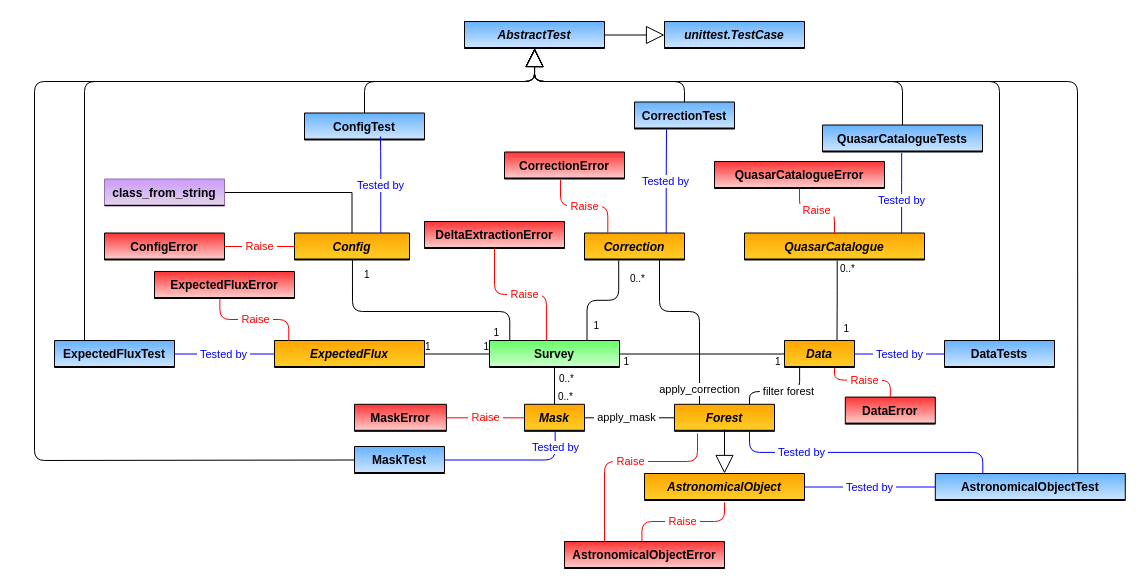
This is page "Simplified Main" (2 of 7) of docs/delta_extraction/data_model/data_model.drawio from igmhub/picca, a draw.io file, before an edit. Source tidied: cells renumbered, new cells numbered last; positions are measured from the earlier drawing's top-left corner, leaving out a move shared by most shapes. Both pictures are drawn from the tidied source at 100%, with x=0, y=0 at pixel (34, 21).
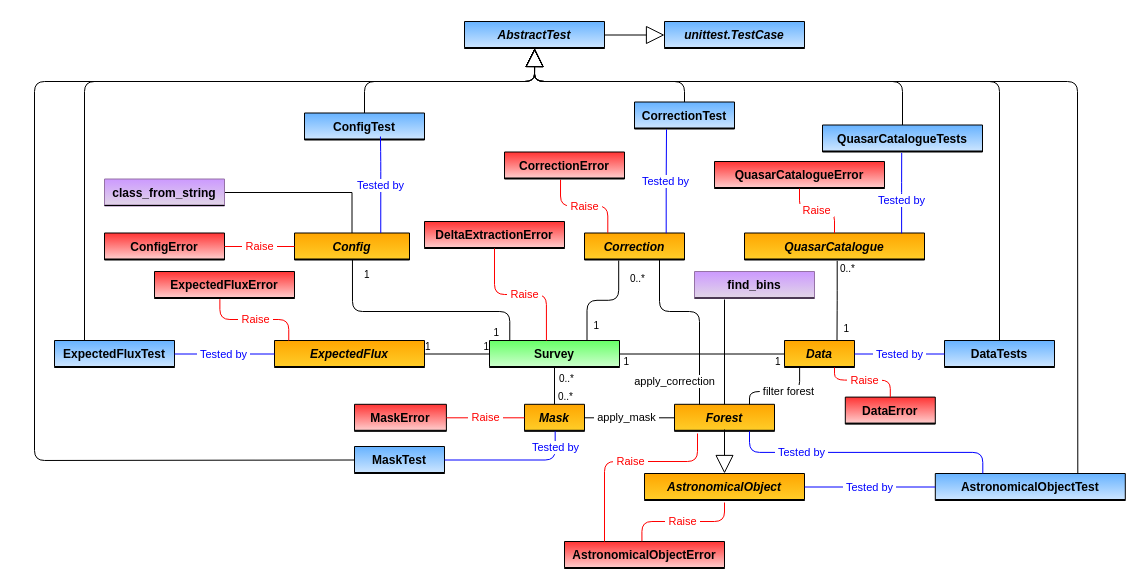
The same diagram, later.

Unchanged cells that the change refers to:
```xml
<mxCell id="10" value="Correction" style="swimlane;fontStyle=3;horizontal=1;startSize=26;fillColor=#ffcd28;swimlaneFillColor=#ffffff;rounded=0;shadow=0;glass=0;comic=0;strokeColor=#000000;gradientColor=#ffa500;swimlaneLine=1;gradientDirection=north;" parent="1" vertex="1">
  <mxGeometry x="550" y="211.5" width="100" height="27" as="geometry" />
</mxCell>
<mxCell id="14" value="Forest" style="swimlane;fontStyle=3;horizontal=1;startSize=26;fillColor=#ffcd28;swimlaneFillColor=#ffffff;rounded=0;shadow=0;glass=0;comic=0;strokeColor=#000000;gradientColor=#ffa500;swimlaneLine=1;gradientDirection=north;" parent="1" vertex="1">
  <mxGeometry x="640" y="382.8" width="100" height="27" as="geometry" />
</mxCell>
```

Change to the diagram source:
```diff
@@
     <mxCell id="35" value="&amp;nbsp;apply_correction&amp;nbsp;" style="endArrow=none;html=1;edgeStyle=orthogonalEdgeStyle;exitX=0.25;exitY=0;exitDx=0;exitDy=0;entryX=0.75;entryY=1;entryDx=0;entryDy=0;" parent="1" edge="1" source="14" target="10">
-      <mxGeometry x="-0.84" relative="1" as="geometry">
+      <mxGeometry x="-0.75" y="25" relative="1" as="geometry">
         <Array as="points">
           <mxPoint x="665" y="290" />
           <mxPoint x="625" y="290" />
         </Array>
       </mxGeometry>
     </mxCell>
@@
+    <mxCell id="124" style="edgeStyle=orthogonalEdgeStyle;rounded=0;jettySize=auto;html=1;exitX=0.25;exitY=2;exitDx=0;exitDy=0;endArrow=none;endFill=0;entryX=0.5;entryY=0;entryDx=0;entryDy=0;exitPerimeter=0;" parent="1" edge="1" source="126" target="14">
+      <mxGeometry relative="1" as="geometry" />
+    </mxCell>
+    <mxCell id="125" value="find_bins" style="swimlane;fontStyle=1;horizontal=1;startSize=26;swimlaneFillColor=#ffffff;rounded=0;shadow=0;glass=0;comic=0;strokeColor=#9673a6;swimlaneLine=1;gradientDirection=north;fillColor=#e1d5e7;gradientColor=#CC99FF;" parent="1" vertex="1">
+      <mxGeometry x="660" y="250" width="120" height="27" as="geometry" />
+    </mxCell>
+    <mxCell id="126" style="line;strokeWidth=1;fillColor=none;align=left;verticalAlign=middle;spacingTop=-1;spacingLeft=3;spacingRight=3;labelPosition=right;points=[];portConstraint=eastwest;rounded=0;shadow=0;glass=0;comic=0;" parent="125" vertex="1">
+      <mxGeometry y="26" width="120" height="1" as="geometry" />
+    </mxCell>
```
